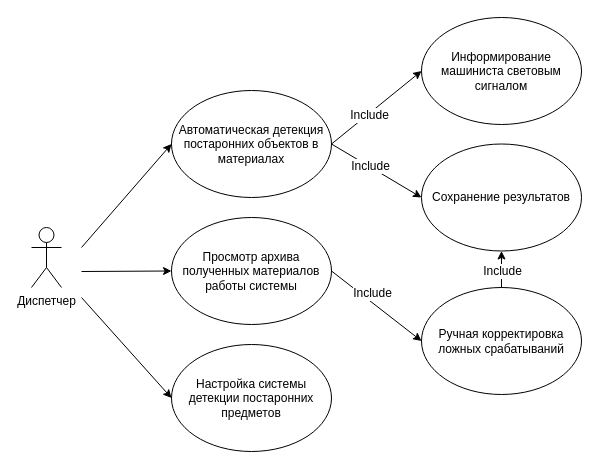
The draw.io diagram DOC/Diagram VariatnUse.drawio in toshabelof/dissertation, before the edit. Source tidied: cells renumbered, new cells numbered last; positions are measured from the earlier drawing's top-left corner, leaving out a move shared by most shapes. Both pictures are drawn from the tidied source at 100%, with x=0, y=0 at pixel (31, 17).
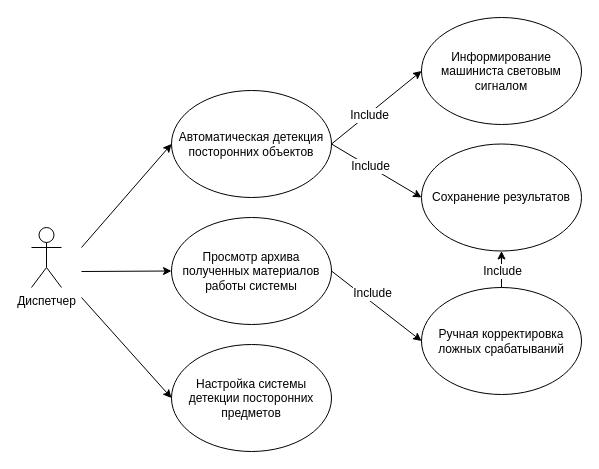
The same diagram, later.

The edit, as a diff of the source:
```diff
@@
-    <mxCell id="3" value="Автоматическая детекция постаронних объектов в материалах" style="ellipse;whiteSpace=wrap;html=1;" parent="1" vertex="1">
+    <mxCell id="3" value="Автоматическая детекция посторонних объектов" style="ellipse;whiteSpace=wrap;html=1;" parent="1" vertex="1">
       <mxGeometry x="140" y="73" width="160" height="107" as="geometry" />
     </mxCell>
@@
-    <mxCell id="5" value="Настройка системы детекции постаронних предметов" style="ellipse;whiteSpace=wrap;html=1;" parent="1" vertex="1">
+    <mxCell id="5" value="Настройка системы детекции посторонних предметов" style="ellipse;whiteSpace=wrap;html=1;" parent="1" vertex="1">
       <mxGeometry x="140" y="327" width="160" height="107" as="geometry" />
     </mxCell>
```
